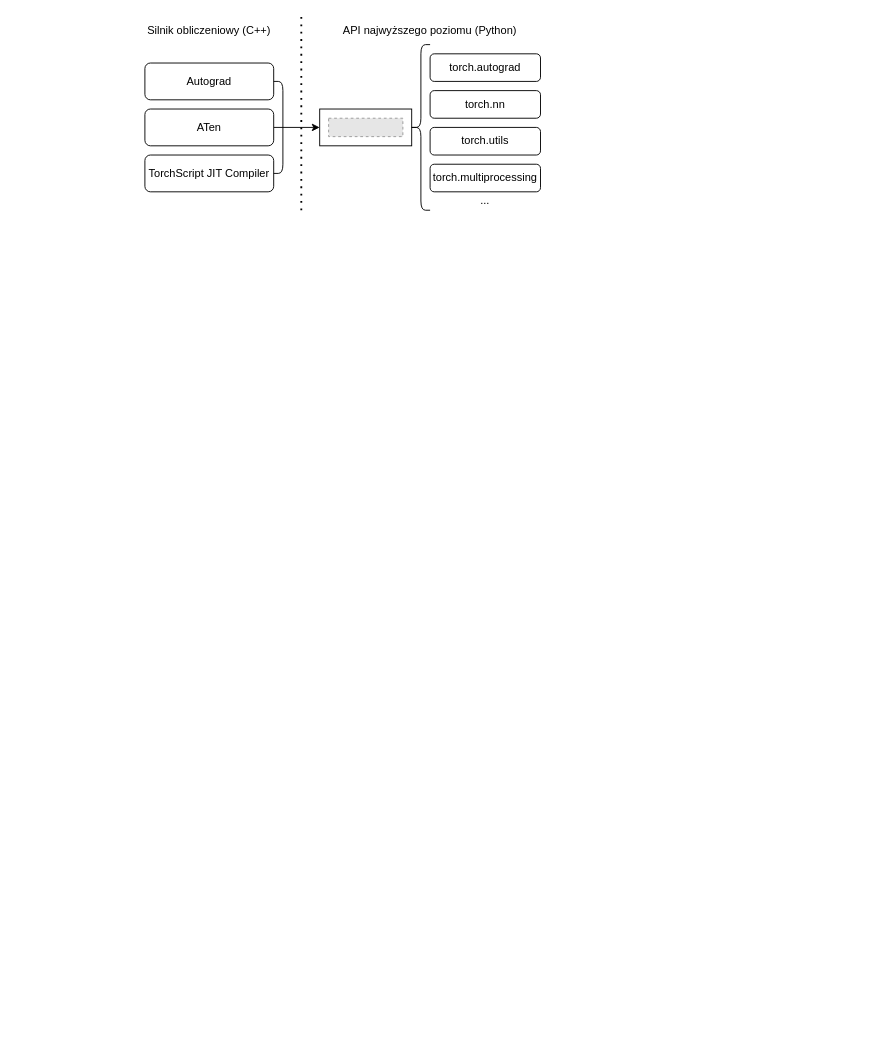
The draw.io diagram paper/3.torch_modules.drawio in mihawb/dnn-lang-comparison, before the edit. Source tidied: cells renumbered, new cells numbered last; positions are measured from the earlier drawing's top-left corner, leaving out a move shared by most shapes. Both pictures are drawn from the tidied source at 92%, with x=0, y=0 at pixel (135, 17). Pictures stored in the file or linked from it are replaced by grey dashed boxes.
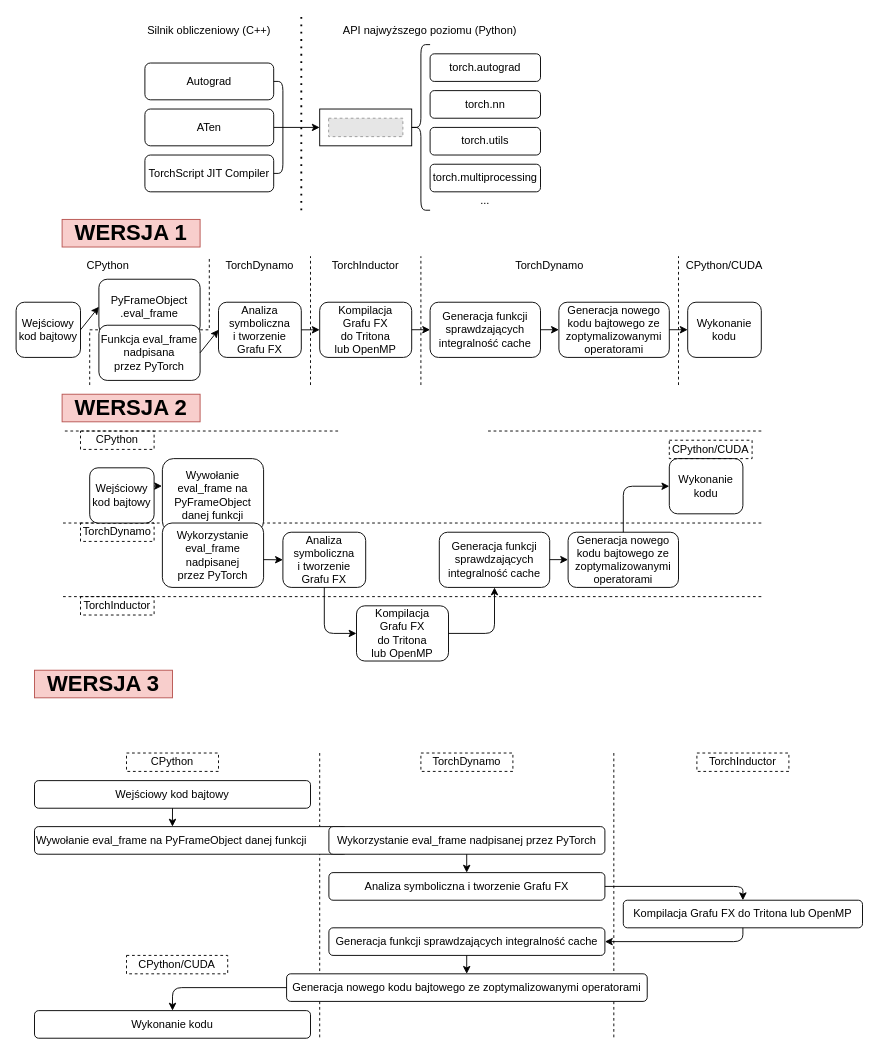
The same diagram, later.

What changed in the source:
```diff
@@
+    <mxCell id="21" style="endArrow=none;dashed=1;html=1;rounded=0;" parent="1" edge="1">
+      <mxGeometry relative="1" as="geometry">
+        <mxPoint x="200" y="800" as="sourcePoint" />
+        <mxPoint x="200" y="1110" as="targetPoint" />
+      </mxGeometry>
+    </mxCell>
+    <mxCell id="22" style="endArrow=none;dashed=1;html=1;rounded=0;" parent="1" edge="1">
+      <mxGeometry relative="1" as="geometry">
+        <mxPoint x="519.7" y="800" as="sourcePoint" />
+        <mxPoint x="519.7" y="1110" as="targetPoint" />
+      </mxGeometry>
+    </mxCell>
+    <mxCell id="23" style="endArrow=none;dashed=1;html=1;rounded=0;" parent="1" edge="1">
+      <mxGeometry relative="1" as="geometry">
+        <mxPoint x="680" y="550" as="sourcePoint" />
+        <mxPoint x="-80" y="550" as="targetPoint" />
+      </mxGeometry>
+    </mxCell>
@@
+    <mxCell id="24" style="endArrow=none;html=1;strokeWidth=1;rounded=0;dashed=1;" parent="1" edge="1">
+      <mxGeometry relative="1" as="geometry">
+        <mxPoint x="-50" y="400" as="sourcePoint" />
+        <mxPoint x="80" y="260" as="targetPoint" />
+        <Array as="points">
+          <mxPoint x="-50" y="340" />
+          <mxPoint x="80" y="340" />
+        </Array>
+      </mxGeometry>
+    </mxCell>
+    <mxCell id="25" value="Wejściowy&lt;br&gt;kod bajtowy" style="rounded=1;whiteSpace=wrap;html=1;" parent="1" vertex="1">
+      <mxGeometry x="-130" y="310" width="70" height="60" as="geometry" />
+    </mxCell>
+    <mxCell id="26" value="PyFrameObject&lt;br&gt;.eval_frame" style="rounded=1;whiteSpace=wrap;html=1;" parent="1" vertex="1">
+      <mxGeometry x="-40" y="285" width="110" height="60" as="geometry" />
+    </mxCell>
+    <mxCell id="27" value="Funkcja eval_frame nadpisana&lt;br&gt;przez PyTorch" style="rounded=1;whiteSpace=wrap;html=1;" parent="1" vertex="1">
+      <mxGeometry x="-40" y="335" width="110" height="60" as="geometry" />
+    </mxCell>
+    <mxCell id="28" value="Analiza symboliczna&lt;br&gt;i tworzenie Grafu FX" style="rounded=1;whiteSpace=wrap;html=1;" parent="1" vertex="1">
+      <mxGeometry x="90" y="310" width="90" height="60" as="geometry" />
+    </mxCell>
+    <mxCell id="29" value="Kompilacja&lt;br&gt;Grafu FX&lt;br&gt;do Tritona&lt;br&gt;lub OpenMP" style="rounded=1;whiteSpace=wrap;html=1;" parent="1" vertex="1">
+      <mxGeometry x="200" y="310" width="100" height="60" as="geometry" />
+    </mxCell>
+    <mxCell id="30" value="Generacja nowego kodu bajtowego ze zoptymalizowanymi operatorami" style="rounded=1;whiteSpace=wrap;html=1;" parent="1" vertex="1">
+      <mxGeometry x="460" y="310" width="120" height="60" as="geometry" />
+    </mxCell>
+    <mxCell id="31" value="Generacja funkcji sprawdzających integralność cache" style="rounded=1;whiteSpace=wrap;html=1;" parent="1" vertex="1">
+      <mxGeometry x="320" y="310" width="120" height="60" as="geometry" />
+    </mxCell>
+    <mxCell id="32" value="Wykonanie kodu" style="rounded=1;whiteSpace=wrap;html=1;" parent="1" vertex="1">
+      <mxGeometry x="600" y="310" width="80" height="60" as="geometry" />
+    </mxCell>
+    <mxCell id="33" style="endArrow=classic;html=1;rounded=0;exitX=1;exitY=0.5;exitDx=0;exitDy=0;entryX=0;entryY=0.5;entryDx=0;entryDy=0;" parent="1" edge="1" source="25" target="26">
+      <mxGeometry relative="1" as="geometry" />
+    </mxCell>
+    <mxCell id="34" style="endArrow=classic;html=1;rounded=0;exitX=1;exitY=0.5;exitDx=0;exitDy=0;entryX=0;entryY=0.5;entryDx=0;entryDy=0;" parent="1" edge="1" source="27" target="28">
+      <mxGeometry relative="1" as="geometry" />
+    </mxCell>
+    <mxCell id="35" style="endArrow=classic;html=1;rounded=0;exitX=1;exitY=0.5;exitDx=0;exitDy=0;entryX=0;entryY=0.5;entryDx=0;entryDy=0;" parent="1" edge="1" source="28" target="29">
+      <mxGeometry relative="1" as="geometry" />
+    </mxCell>
+    <mxCell id="36" style="endArrow=classic;html=1;rounded=0;exitX=1;exitY=0.5;exitDx=0;exitDy=0;entryX=0;entryY=0.5;entryDx=0;entryDy=0;" parent="1" edge="1">
+      <mxGeometry relative="1" as="geometry">
+        <mxPoint x="300" y="339.9" as="sourcePoint" />
+        <mxPoint x="320" y="339.9" as="targetPoint" />
+      </mxGeometry>
+    </mxCell>
+    <mxCell id="37" style="endArrow=classic;html=1;rounded=0;exitX=1;exitY=0.5;exitDx=0;exitDy=0;entryX=0;entryY=0.5;entryDx=0;entryDy=0;" parent="1" edge="1">
+      <mxGeometry relative="1" as="geometry">
+        <mxPoint x="440" y="339.9" as="sourcePoint" />
+        <mxPoint x="460" y="339.9" as="targetPoint" />
+      </mxGeometry>
+    </mxCell>
+    <mxCell id="38" style="endArrow=classic;html=1;rounded=0;exitX=1;exitY=0.5;exitDx=0;exitDy=0;entryX=0;entryY=0.5;entryDx=0;entryDy=0;" parent="1" edge="1">
+      <mxGeometry relative="1" as="geometry">
+        <mxPoint x="580" y="339.9" as="sourcePoint" />
+        <mxPoint x="600" y="339.9" as="targetPoint" />
+      </mxGeometry>
+    </mxCell>
+    <mxCell id="39" style="endArrow=none;dashed=1;html=1;rounded=0;" parent="1" edge="1">
+      <mxGeometry relative="1" as="geometry">
+        <mxPoint x="190" y="400" as="sourcePoint" />
+        <mxPoint x="190" y="260" as="targetPoint" />
+      </mxGeometry>
+    </mxCell>
+    <mxCell id="40" style="endArrow=none;dashed=1;html=1;rounded=0;" parent="1" edge="1">
+      <mxGeometry relative="1" as="geometry">
+        <mxPoint x="310" y="400" as="sourcePoint" />
+        <mxPoint x="310" y="260" as="targetPoint" />
+      </mxGeometry>
+    </mxCell>
+    <mxCell id="41" style="endArrow=none;dashed=1;html=1;rounded=0;" parent="1" edge="1">
+      <mxGeometry relative="1" as="geometry">
+        <mxPoint x="590" y="400" as="sourcePoint" />
+        <mxPoint x="590" y="260" as="targetPoint" />
+      </mxGeometry>
+    </mxCell>
+    <mxCell id="42" value="TorchDynamo" style="text;html=1;strokeColor=none;fillColor=none;align=center;verticalAlign=middle;whiteSpace=wrap;rounded=0;" parent="1" vertex="1">
+      <mxGeometry x="95" y="260" width="80" height="20" as="geometry" />
+    </mxCell>
+    <mxCell id="43" value="CPython" style="text;html=1;strokeColor=none;fillColor=none;align=center;verticalAlign=middle;whiteSpace=wrap;rounded=0;" parent="1" vertex="1">
+      <mxGeometry x="-60" y="260" width="60" height="20" as="geometry" />
+    </mxCell>
+    <mxCell id="44" value="TorchInductor" style="text;html=1;strokeColor=none;fillColor=none;align=center;verticalAlign=middle;whiteSpace=wrap;rounded=0;" parent="1" vertex="1">
+      <mxGeometry x="210" y="260" width="80" height="20" as="geometry" />
+    </mxCell>
+    <mxCell id="45" value="TorchDynamo" style="text;html=1;strokeColor=none;fillColor=none;align=center;verticalAlign=middle;whiteSpace=wrap;rounded=0;" parent="1" vertex="1">
+      <mxGeometry x="410" y="260" width="80" height="20" as="geometry" />
+    </mxCell>
+    <mxCell id="46" value="CPython/CUDA" style="text;html=1;strokeColor=none;fillColor=none;align=center;verticalAlign=middle;whiteSpace=wrap;rounded=0;" parent="1" vertex="1">
+      <mxGeometry x="595" y="250" width="90" height="40" as="geometry" />
+    </mxCell>
+    <mxCell id="47" value="Wejściowy kod bajtowy" style="rounded=1;whiteSpace=wrap;html=1;" parent="1" vertex="1">
+      <mxGeometry x="-110" y="830" width="300" height="30" as="geometry" />
+    </mxCell>
+    <mxCell id="48" value="Wywołanie eval_frame na PyFrameObject danej funkcji" style="rounded=1;whiteSpace=wrap;html=1;" parent="1" vertex="1">
+      <mxGeometry x="29" y="480" width="110" height="80" as="geometry" />
+    </mxCell>
+    <mxCell id="49" value="Wykorzystanie eval_frame nadpisanej&lt;br&gt;przez PyTorch" style="rounded=1;whiteSpace=wrap;html=1;" parent="1" vertex="1">
+      <mxGeometry x="29" y="550" width="110" height="70" as="geometry" />
+    </mxCell>
+    <mxCell id="50" value="Analiza symboliczna&lt;br&gt;i tworzenie Grafu FX" style="rounded=1;whiteSpace=wrap;html=1;" parent="1" vertex="1">
+      <mxGeometry x="160" y="560" width="90" height="60" as="geometry" />
+    </mxCell>
+    <mxCell id="51" value="Kompilacja&lt;br&gt;Grafu FX&lt;br&gt;do Tritona&lt;br&gt;lub OpenMP" style="rounded=1;whiteSpace=wrap;html=1;" parent="1" vertex="1">
+      <mxGeometry x="240" y="640" width="100" height="60" as="geometry" />
+    </mxCell>
+    <mxCell id="52" value="Generacja funkcji sprawdzających integralność cache" style="rounded=1;whiteSpace=wrap;html=1;" parent="1" vertex="1">
+      <mxGeometry x="330" y="560" width="120" height="60" as="geometry" />
+    </mxCell>
+    <mxCell id="53" value="Generacja nowego kodu bajtowego ze zoptymalizowanymi operatorami" style="rounded=1;whiteSpace=wrap;html=1;" parent="1" vertex="1">
+      <mxGeometry x="470" y="560" width="120" height="60" as="geometry" />
+    </mxCell>
+    <mxCell id="54" value="Wykonanie kodu" style="rounded=1;whiteSpace=wrap;html=1;" parent="1" vertex="1">
+      <mxGeometry x="580" y="480" width="80" height="60" as="geometry" />
+    </mxCell>
+    <mxCell id="55" style="endArrow=none;dashed=1;html=1;rounded=0;" parent="1" edge="1">
+      <mxGeometry relative="1" as="geometry">
+        <mxPoint x="220" y="450" as="sourcePoint" />
+        <mxPoint x="-80" y="450" as="targetPoint" />
+      </mxGeometry>
+    </mxCell>
+    <mxCell id="56" style="endArrow=classic;html=1;rounded=0;exitX=1;exitY=0.5;exitDx=0;exitDy=0;entryX=-0.004;entryY=0.373;entryDx=0;entryDy=0;entryPerimeter=0;" parent="1" edge="1" target="48">
+      <mxGeometry relative="1" as="geometry">
+        <mxPoint x="10" y="509.8" as="sourcePoint" />
+      </mxGeometry>
+    </mxCell>
+    <mxCell id="57" style="endArrow=classic;html=1;rounded=0;exitX=1;exitY=0.5;exitDx=0;exitDy=0;entryX=0;entryY=0.5;entryDx=0;entryDy=0;" parent="1" edge="1" target="50">
+      <mxGeometry relative="1" as="geometry">
+        <mxPoint x="139" y="589.8" as="sourcePoint" />
+      </mxGeometry>
+    </mxCell>
+    <mxCell id="58" style="endArrow=classic;html=1;rounded=0;exitX=1;exitY=0.5;exitDx=0;exitDy=0;entryX=0;entryY=0.5;entryDx=0;entryDy=0;" parent="1" edge="1">
+      <mxGeometry relative="1" as="geometry">
+        <mxPoint x="450" y="589.8" as="sourcePoint" />
+        <mxPoint x="470" y="589.8" as="targetPoint" />
+      </mxGeometry>
+    </mxCell>
+    <mxCell id="59" style="endArrow=classic;html=1;rounded=1;exitX=0.5;exitY=0;exitDx=0;exitDy=0;entryX=0;entryY=0.5;entryDx=0;entryDy=0;curved=0;" parent="1" edge="1" source="53" target="54">
+      <mxGeometry relative="1" as="geometry">
+        <Array as="points">
+          <mxPoint x="530" y="510" />
+        </Array>
+      </mxGeometry>
+    </mxCell>
+    <mxCell id="60" style="endArrow=classic;html=1;rounded=1;exitX=0.5;exitY=1;exitDx=0;exitDy=0;entryX=0;entryY=0.5;entryDx=0;entryDy=0;curved=0;" parent="1" edge="1" source="50" target="51">
+      <mxGeometry relative="1" as="geometry">
+        <Array as="points">
+          <mxPoint x="205" y="670" />
+        </Array>
+      </mxGeometry>
+    </mxCell>
+    <mxCell id="61" style="endArrow=classic;html=1;rounded=1;exitX=1;exitY=0.5;exitDx=0;exitDy=0;entryX=0.5;entryY=1;entryDx=0;entryDy=0;curved=0;" parent="1" edge="1" source="51" target="52">
+      <mxGeometry relative="1" as="geometry">
+        <Array as="points">
+          <mxPoint x="390" y="670" />
+        </Array>
+      </mxGeometry>
+    </mxCell>
+    <mxCell id="62" style="endArrow=none;dashed=1;html=1;rounded=0;" parent="1" edge="1">
+      <mxGeometry relative="1" as="geometry">
+        <mxPoint x="680" y="630" as="sourcePoint" />
+        <mxPoint x="-80" y="630" as="targetPoint" />
+      </mxGeometry>
+    </mxCell>
+    <mxCell id="63" style="endArrow=none;dashed=1;html=1;rounded=0;" parent="1" edge="1">
+      <mxGeometry relative="1" as="geometry">
+        <mxPoint x="680" y="450" as="sourcePoint" />
+        <mxPoint x="380" y="450" as="targetPoint" />
+      </mxGeometry>
+    </mxCell>
+    <mxCell id="64" value="TorchDynamo" style="text;html=1;strokeColor=default;fillColor=none;align=center;verticalAlign=middle;whiteSpace=wrap;rounded=0;dashed=1;" parent="1" vertex="1">
+      <mxGeometry x="-60" y="550" width="80" height="20" as="geometry" />
+    </mxCell>
+    <mxCell id="65" value="TorchInductor" style="text;html=1;strokeColor=default;fillColor=none;align=center;verticalAlign=middle;whiteSpace=wrap;rounded=0;dashed=1;" parent="1" vertex="1">
+      <mxGeometry x="-60" y="630" width="80" height="20" as="geometry" />
+    </mxCell>
+    <mxCell id="66" value="CPython" style="text;html=1;strokeColor=default;fillColor=none;align=center;verticalAlign=middle;whiteSpace=wrap;rounded=0;dashed=1;" parent="1" vertex="1">
+      <mxGeometry x="-60" y="450" width="80" height="20" as="geometry" />
+    </mxCell>
+    <mxCell id="67" value="CPython/CUDA" style="text;html=1;strokeColor=default;fillColor=none;align=center;verticalAlign=middle;whiteSpace=wrap;rounded=0;dashed=1;" parent="1" vertex="1">
+      <mxGeometry x="-10" y="1020" width="110" height="20" as="geometry" />
+    </mxCell>
+    <mxCell id="68" value="&lt;h1&gt;&lt;b&gt;WERSJA 1&lt;/b&gt;&lt;/h1&gt;" style="text;html=1;strokeColor=#b85450;fillColor=#f8cecc;align=center;verticalAlign=middle;whiteSpace=wrap;rounded=0;" parent="1" vertex="1">
+      <mxGeometry x="-80" y="220" width="150" height="30" as="geometry" />
+    </mxCell>
+    <mxCell id="69" value="&lt;h1&gt;&lt;b&gt;WERSJA 2&lt;/b&gt;&lt;/h1&gt;" style="text;html=1;strokeColor=#b85450;fillColor=#f8cecc;align=center;verticalAlign=middle;whiteSpace=wrap;rounded=0;" parent="1" vertex="1">
+      <mxGeometry x="-80" y="410" width="150" height="30" as="geometry" />
+    </mxCell>
+    <mxCell id="70" value="&lt;h1&gt;&lt;b&gt;WERSJA 3&lt;/b&gt;&lt;/h1&gt;" style="text;html=1;strokeColor=#b85450;fillColor=#f8cecc;align=center;verticalAlign=middle;whiteSpace=wrap;rounded=0;" parent="1" vertex="1">
+      <mxGeometry x="-110" y="710" width="150" height="30" as="geometry" />
+    </mxCell>
+    <mxCell id="71" value="Wejściowy&lt;br&gt;kod bajtowy" style="rounded=1;whiteSpace=wrap;html=1;" parent="1" vertex="1">
+      <mxGeometry x="-50" y="490" width="70" height="60" as="geometry" />
+    </mxCell>
+    <mxCell id="72" value="Wywołanie eval_frame na PyFrameObject danej funkcji" style="rounded=1;whiteSpace=wrap;html=1;align=left;" parent="1" vertex="1">
+      <mxGeometry x="-110" y="880" width="340" height="30" as="geometry" />
+    </mxCell>
+    <mxCell id="73" value="Wykorzystanie eval_frame nadpisanej przez PyTorch" style="rounded=1;whiteSpace=wrap;html=1;" parent="1" vertex="1">
+      <mxGeometry x="210" y="880" width="300" height="30" as="geometry" />
+    </mxCell>
+    <mxCell id="74" value="Analiza symboliczna i tworzenie Grafu FX" style="rounded=1;whiteSpace=wrap;html=1;" parent="1" vertex="1">
+      <mxGeometry x="210" y="930" width="300" height="30" as="geometry" />
+    </mxCell>
+    <mxCell id="75" value="Generacja funkcji sprawdzających integralność cache" style="rounded=1;whiteSpace=wrap;html=1;" parent="1" vertex="1">
+      <mxGeometry x="210" y="990" width="300" height="30" as="geometry" />
+    </mxCell>
+    <mxCell id="76" value="Generacja nowego kodu bajtowego ze zoptymalizowanymi operatorami" style="rounded=1;whiteSpace=wrap;html=1;" parent="1" vertex="1">
+      <mxGeometry x="164" y="1040" width="392" height="30" as="geometry" />
+    </mxCell>
+    <mxCell id="77" value="Wykonanie kodu" style="rounded=1;whiteSpace=wrap;html=1;" parent="1" vertex="1">
+      <mxGeometry x="-110" y="1080" width="300" height="30" as="geometry" />
+    </mxCell>
+    <mxCell id="78" value="Kompilacja Grafu FX do Tritona lub OpenMP" style="rounded=1;whiteSpace=wrap;html=1;" parent="1" vertex="1">
+      <mxGeometry x="530" y="960" width="260" height="30" as="geometry" />
+    </mxCell>
+    <mxCell id="79" style="endArrow=classic;html=1;rounded=0;exitX=0.5;exitY=1;exitDx=0;exitDy=0;entryX=0.441;entryY=0;entryDx=0;entryDy=0;entryPerimeter=0;" parent="1" edge="1" source="47" target="72">
+      <mxGeometry relative="1" as="geometry" />
+    </mxCell>
+    <mxCell id="80" style="endArrow=classic;html=1;rounded=1;curved=0;exitX=1;exitY=0.5;exitDx=0;exitDy=0;entryX=0.5;entryY=0;entryDx=0;entryDy=0;" parent="1" edge="1" source="74" target="78">
+      <mxGeometry relative="1" as="geometry">
+        <Array as="points">
+          <mxPoint x="660" y="945" />
+        </Array>
+      </mxGeometry>
+    </mxCell>
+    <mxCell id="81" style="endArrow=classic;html=1;rounded=1;curved=0;exitX=0.5;exitY=1;exitDx=0;exitDy=0;entryX=1;entryY=0.5;entryDx=0;entryDy=0;" parent="1" edge="1" source="78" target="75">
+      <mxGeometry relative="1" as="geometry">
+        <Array as="points">
+          <mxPoint x="660" y="1005" />
+        </Array>
+      </mxGeometry>
+    </mxCell>
+    <mxCell id="82" style="endArrow=classic;html=1;rounded=1;curved=0;exitX=0;exitY=0.5;exitDx=0;exitDy=0;entryX=0.5;entryY=0;entryDx=0;entryDy=0;" parent="1" edge="1" source="76" target="77">
+      <mxGeometry relative="1" as="geometry">
+        <Array as="points">
+          <mxPoint x="40" y="1055" />
+        </Array>
+      </mxGeometry>
+    </mxCell>
+    <mxCell id="83" style="endArrow=classic;html=1;rounded=1;curved=0;" parent="1" edge="1">
+      <mxGeometry relative="1" as="geometry">
+        <mxPoint x="359.8" y="910" as="sourcePoint" />
+        <mxPoint x="359.8" y="930" as="targetPoint" />
+      </mxGeometry>
+    </mxCell>
+    <mxCell id="84" style="endArrow=classic;html=1;rounded=1;curved=0;" parent="1" edge="1">
+      <mxGeometry relative="1" as="geometry">
+        <mxPoint x="359.8" y="1020" as="sourcePoint" />
+        <mxPoint x="359.8" y="1040" as="targetPoint" />
+      </mxGeometry>
+    </mxCell>
+    <mxCell id="85" value="TorchInductor" style="text;html=1;strokeColor=default;fillColor=none;align=center;verticalAlign=middle;whiteSpace=wrap;rounded=0;dashed=1;" parent="1" vertex="1">
+      <mxGeometry x="610" y="800" width="100" height="20" as="geometry" />
+    </mxCell>
+    <mxCell id="86" value="TorchDynamo" style="text;html=1;strokeColor=default;fillColor=none;align=center;verticalAlign=middle;whiteSpace=wrap;rounded=0;dashed=1;" parent="1" vertex="1">
+      <mxGeometry x="310" y="800" width="100" height="20" as="geometry" />
+    </mxCell>
+    <mxCell id="87" value="CPython" style="text;html=1;strokeColor=default;fillColor=none;align=center;verticalAlign=middle;whiteSpace=wrap;rounded=0;dashed=1;" parent="1" vertex="1">
+      <mxGeometry x="-10" y="800" width="100" height="20" as="geometry" />
+    </mxCell>
+    <mxCell id="88" value="CPython/CUDA" style="text;html=1;strokeColor=default;fillColor=none;align=center;verticalAlign=middle;whiteSpace=wrap;rounded=0;dashed=1;" parent="1" vertex="1">
+      <mxGeometry x="580" y="460" width="90" height="20" as="geometry" />
+    </mxCell>
```
